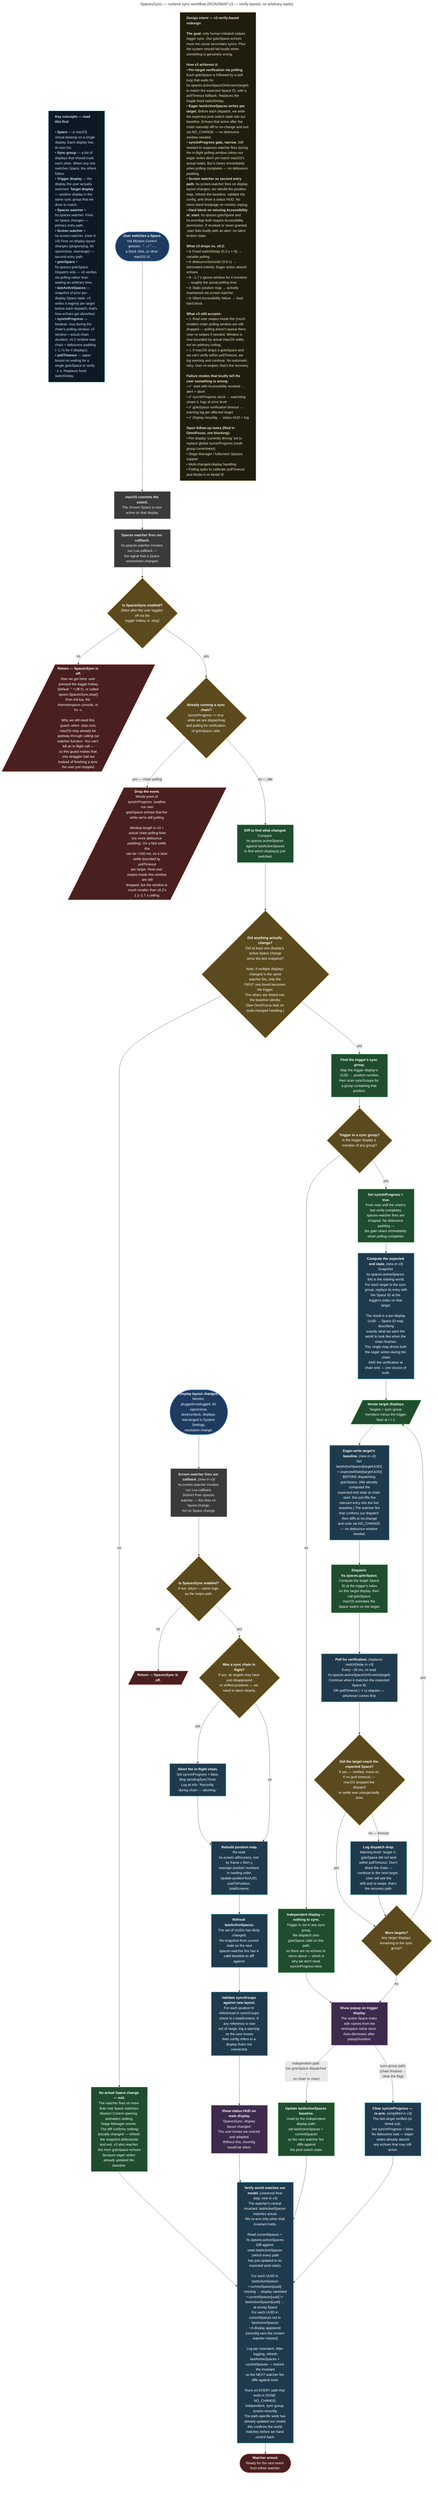
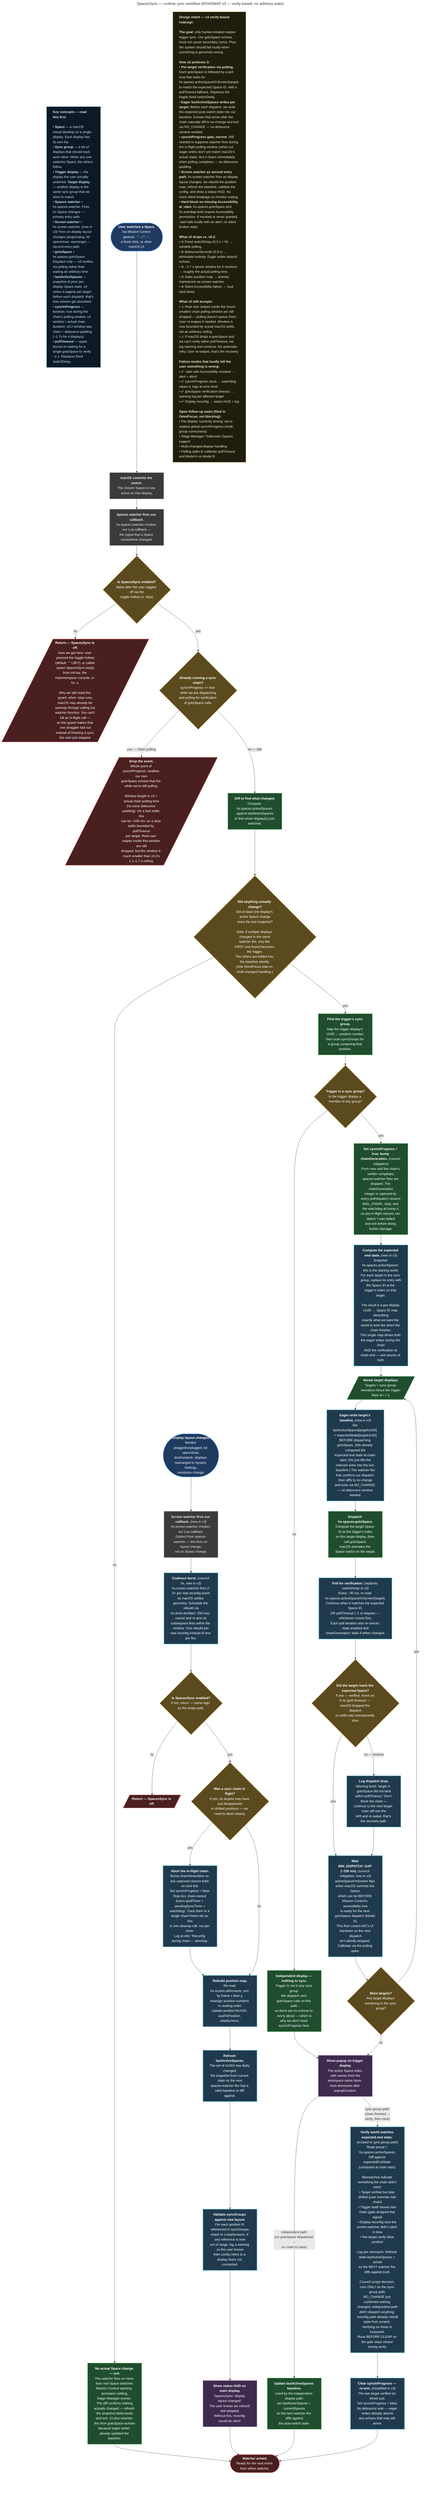
---
title: SpacesSync — runtime sync workflow (ROADMAP v3 — verify-based, no arbitrary waits)
---
flowchart TD
    classDef user fill:#1e3a5f,stroke:#4a90e2,stroke-width:2px,color:#fff
    classDef macos fill:#3a3a3a,stroke:#888,stroke-width:1.5px,color:#eee
    classDef spoon fill:#1f4d2e,stroke:#4caf50,stroke-width:1.5px,color:#fff
    classDef new fill:#1f3a4d,stroke:#4ab3c6,stroke-width:2px,color:#fff
    classDef decision fill:#5a4a1e,stroke:#d4a853,stroke-width:1.5px,color:#fff
    classDef terminal fill:#4a1f1f,stroke:#e57373,stroke-width:1.5px,color:#fff
    classDef ui fill:#3d2a4d,stroke:#b07cc6,stroke-width:1.5px,color:#fff

    %% ============================================================
    %% READING NOTE
    %% ============================================================
    %% v3 differs from CURRENT in three structural ways:
    %% 1. Two entry paths instead of one — the spaces-watcher path
    %%    (user swipes) and a new screen-watcher path (display reconfig).
    %% 2. The sync chain uses fire-and-verify instead of fire-and-wait.
    %%    The fixed switchDelay and debounceSeconds are gone.
    %% 3. Eager lastActiveSpaces writes per target before each dispatch.
    %%    This is how echoes get absorbed without a debounce window.
    %% Each node opens with a <b>bold lead</b> for quick-skim.
    %% Detail follows for the deeper reader.
    %% ============================================================

    %% ============================================================
    %% KEY CONCEPTS — read this first
    %% ============================================================
    KEY["<div style='text-align: left;'><b>Key concepts — read this first</b><br/><br/>• <b>Space</b> — a macOS virtual desktop on a single display. Each display has its own list.<br/>• <b>Sync group</b> — a list of displays that should track each other. When any one switches Space, the others follow.<br/>• <b>Trigger display</b> — the display the user actually switched. <b>Target display</b> — another display in the same sync group that we drive to match.<br/>• <b>Spaces watcher</b> = hs.spaces.watcher. Fires on Space changes — primary entry path.<br/>• <b>Screen watcher</b> = hs.screen.watcher. <i>(new in v3)</i> Fires on display layout changes (plug/unplug, lid open/close, rearrange) — second entry path.<br/>• <b>gotoSpace</b> = hs.spaces.gotoSpace. Dispatch only — v3 verifies via polling rather than waiting an arbitrary time.<br/>• <b>lastActiveSpaces</b> — snapshot of prior per-display Space state. <i>v3 writes it eagerly per target</i> before each dispatch; that's how echoes get absorbed.<br/>• <b>syncInProgress</b> — boolean. true during the chain's polling window. v3 window ≈ actual chain duration; v0.2 window was chain + debounce padding (~1.7s for 4 displays).<br/>• <b>pollTimeout</b> — upper bound on waiting for a single gotoSpace to verify. ~1 s. Replaces fixed switchDelay.</div>"]:::keybox
    classDef keybox fill:#0d1a26,stroke:#4ab3c6,color:#cfe6f0,text-align:left

    %% ============================================================
    %% ENTRY PATH 1 — USER SWIPE → SPACES WATCHER
    %% ============================================================

    U(["<b>User switches a Space.</b><br/>Via Mission Control gesture, ⌃→/⌃←,<br/>a Dock click, or other macOS UI."]):::user
    OS["<b>macOS commits the switch.</b><br/>The chosen Space is now active on that display."]:::macos
    W["<b>Spaces watcher fires our callback.</b><br/>hs.spaces.watcher invokes our Lua callback —<br/>the signal that a Space somewhere changed."]:::macos

    GATE_ENABLED{"<b>Is SpacesSync enabled?</b><br/>(false after the user toggles off via the<br/>toggle hotkey or :stop)"}:::decision
    SKIP_DISABLED[/"<b>Return — SpacesSync is off.</b><br/>How we got here: user pressed the toggle hotkey<br/>(default ⌃⌥⌘Y), or called spoon.SpacesSync:stop()<br/>from init.lua, the Hammerspoon console, or hs -c.<br/><br/>Why we still need this guard: when :stop runs,<br/>macOS may already be partway through calling our<br/>watcher function. You can't kill an in-flight call —<br/>so this guard makes that one straggler bail out<br/>instead of finishing a sync the user just stopped."/]:::terminal

    GATE_RUNNING{"<b>Already running a sync chain?</b><br/>syncInProgress == true while we are dispatching<br/>and polling for verification of gotoSpace calls."}:::decision
    DROP[/"<b>Drop the event.</b><br/>Whole point of syncInProgress: swallow our own<br/>gotoSpace echoes that fire while we're still polling.<br/><br/>Window length in v3 ≈ actual chain polling time<br/>(no more debounce padding). On a fast settle this<br/>can be &lt;100 ms; on a slow settle bounded by pollTimeout<br/>per target. Real user swipes inside this window are still<br/>dropped, but the window is much smaller than v0.2's<br/>1.1–1.7 s ceiling."/]:::terminal

    DIFF["<b>Diff to find what changed.</b><br/>Compare hs.spaces.activeSpaces against lastActiveSpaces<br/>to find which display(s) just switched."]:::spoon
    FIND{"<b>Did anything actually change?</b><br/>Did at least one display's active Space change<br/>since the last snapshot?<br/><br/>Note: if multiple displays changed in the same<br/>watcher fire, only the FIRST one found becomes the trigger.<br/>The others are folded into the baseline silently.<br/>(See OmniFocus task on multi-changed handling.)"}:::decision
    NO_CHANGE["<b>No actual Space change — exit.</b><br/>The watcher fires on more than real Space switches:<br/>Mission Control opening, animation settling,<br/>Stage Manager events. The diff confirms nothing<br/>actually changed — refresh the snapshot defensively<br/>and exit. <i>v3 also reaches this from gotoSpace echoes</i><br/><i>because eager writes already updated the baseline.</i>"]:::spoon

    LOOKUP["<b>Find the trigger's sync group.</b><br/>Map the trigger display's UUID → position number,<br/>then scan syncGroups for a group containing that position."]:::spoon
    GROUP{"<b>Trigger in a sync group?</b><br/>Is the trigger display a member of any group?"}:::decision

    INDEPENDENT["<b>Independent display — nothing to sync.</b><br/>Trigger is not in any sync group.<br/>We dispatch zero gotoSpace calls on this path,<br/>so there are no echoes to worry about — which is<br/>why we don't need syncInProgress here."]:::spoon

-     LOCK["<b>Set syncInProgress = true.</b><br/>From now until the chain's last verify completes,<br/>spaces-watcher fires are dropped. No debounce padding —<br/>the gate clears immediately when polling completes."]:::spoon
+     LOCK["<b>Set syncInProgress = true; bump chainGeneration.</b> <i>(council mitigation)</i><br/>From now until the chain's verifier completes,<br/>spaces-watcher fires are dropped. The chainGeneration<br/>integer is captured by every poll/dispatch closure;<br/>BAIL_CHAIN, :stop, and the watchdog all bump it,<br/>so any in-flight closure can detect 'I was bailed'<br/>and exit before doing further damage."]:::spoon

    COMPUTE_EXPECTED["<b>Compute the expected end state.</b> <i>(new in v3)</i><br/>Snapshot hs.spaces.activeSpaces; this is the starting world.<br/>For each target in the sync group, replace its entry with<br/>the Space ID at the trigger's index on that target.<br/><br/>The result is a per-display UUID → Space ID map describing<br/>exactly what we want the world to look like when the chain finishes.<br/>This single map drives both the eager writes during the chain<br/>AND the verification at chain end — one source of truth."]:::new

    SYNCNEXT[/"<b>Iterate target displays.</b><br/>Targets = sync-group members minus the trigger.<br/>Start at i = 1."/]:::spoon

    %% --- v3 NEW: fire-and-verify replaces fire-and-wait ---
    EAGER_WRITE["<b>Eager-write target's baseline.</b> <i>(new in v3)</i><br/>Set lastActiveSpaces[targetUUID] = expectedState[targetUUID]<br/>BEFORE dispatching gotoSpace. (We already computed the<br/>expected end state at chain start; this just lifts the<br/>relevant entry into the live baseline.) The watcher fire<br/>that confirms our dispatch then diffs to no-change<br/>and exits via NO_CHANGE — no debounce window needed."]:::new
    DISPATCH["<b>Dispatch hs.spaces.gotoSpace.</b><br/>Compute the target Space ID at the trigger's index<br/>on this target display, then call gotoSpace.<br/>macOS animates the Space switch on the target."]:::spoon
-     POLL["<b>Poll for verification.</b> <i>(replaces switchDelay in v3)</i><br/>Every ~30 ms, re-read hs.spaces.activeSpaceOnScreen(target).<br/>Continue when it matches the expected Space ID,<br/>OR pollTimeout (~1 s) elapses — whichever comes first."]:::new
+     POLL["<b>Poll for verification.</b> <i>(replaces switchDelay in v3)</i><br/>Every ~30 ms, re-read hs.spaces.activeSpaceOnScreen(target).<br/>Continue when it matches the expected Space ID,<br/>OR pollTimeout (~1 s) elapses — whichever comes first.<br/>Each poll iteration also re-checks state.enabled and<br/>chainGeneration; bails if either changed."]:::new
    VERIFY{"<b>Did the target reach the expected Space?</b><br/>If yes — verified, move on.<br/>If no (poll timeout) — macOS dropped the dispatch<br/>or settle was unexpectedly slow."}:::decision
    DROPPED_LOG["<b>Log dispatch drop.</b><br/>Warning level: 'target X: gotoSpace did not land<br/>within pollTimeout.' Don't block the chain —<br/>continue to the next target. User will see the<br/>drift and re-swipe; that's the recovery path."]:::new
+     MIN_GAP["<b>Wait MIN_DISPATCH_GAP (~150 ms).</b> <i>(council mitigation, new in v3)</i><br/>activeSpaceOnScreen flips when macOS commits the Space,<br/>which can be BEFORE Mission Control's accessibility tree<br/>is ready for the next gotoSpace dispatch (Model A).<br/>This floor covers MC's UI teardown so the next dispatch<br/>isn't silently dropped. Calibrate via the polling spike."]:::new
    MORE{"<b>More targets?</b><br/>Any target displays remaining in the sync group?"}:::decision

-     VERIFY_END_STATE["<b>Verify world matches our model.</b> <i>(universal final step, new in v3)</i><br/>The watcher's central invariant: lastActiveSpaces matches actual.<br/>We re-arm only when that invariant holds.<br/><br/>Read currentSpaces = hs.spaces.activeSpaces.<br/>Diff against state.lastActiveSpaces (which every path<br/>has just updated to its expected post-state).<br/><br/>For each UUID in lastActiveSpaces:<br/>• currentSpaces[uuid] missing → display vanished<br/>• currentSpaces[uuid] != lastActiveSpaces[uuid] → at wrong Space<br/>For each UUID in currentSpaces not in lastActiveSpaces:<br/>• A display appeared (reconfig race the screen-watcher missed)<br/><br/>Log per mismatch. After logging, refresh<br/>lastActiveSpaces = currentSpaces — restore the invariant<br/>so the NEXT watcher fire diffs against truth.<br/><br/>Runs on EVERY path that ends in DONE: NO_CHANGE,<br/>independent, sync-group, screen-reconfig.<br/>The path-specific work has already updated our model;<br/>this confirms the world matches before we hand control back."]:::new
+     VERIFY_END_STATE["<b>Verify world matches expected end state.</b> <i>(scoped to sync-group path)</i><br/>Read actual = hs.spaces.activeSpaces.<br/>Diff against expectedEndState (computed at chain start).<br/><br/>Mismatches indicate something the chain didn't catch:<br/>• Target verified but later drifted (user override mid-chain)<br/>• Trigger itself moved mid-chain (gate dropped that signal)<br/>• Display reconfig race the screen-watcher didn't catch in time<br/>• Per-target verify false positive<br/><br/>Log per mismatch. Refresh state.lastActiveSpaces = actual<br/>so the NEXT watcher fire diffs against truth.<br/><br/>Council scope decision: runs ONLY on the sync-group path.<br/>NO_CHANGE just confirmed nothing changed; independent path<br/>didn't dispatch anything; reconfig path already rebuilt<br/>state from scratch. Verifying on those is busywork.<br/>Runs BEFORE CLEAR so the gate stays closed during verify."]:::new

    POPUP["<b>Show popup on trigger display.</b><br/>The active Space index with names from the<br/>workspace name store. Auto-dismisses after popupDuration."]:::ui

    CLEAR["<b>Clear syncInProgress — re-arm.</b> <i>(simplified in v3)</i><br/>The last target verified (or timed out).<br/>Set syncInProgress = false.<br/>No debounce wait — eager writes already absorb<br/>any echoes that may still arrive."]:::new

    UPDATE_BASELINE["<b>Update lastActiveSpaces baseline.</b><br/>Used by the independent-display path:<br/>set lastActiveSpaces = currentSpaces<br/>so the next watcher fire diffs against<br/>the post-switch state."]:::spoon

    DONE([<b>Watcher armed.</b><br/>Ready for the next event from either watcher.]):::terminal

    %% ============================================================
    %% ENTRY PATH 2 — DISPLAY RECONFIG → SCREEN WATCHER (new in v3)
    %% ============================================================

    RECONFIG([<b>Display layout changes.</b><br/>Monitor plugged/unplugged, lid open/close,<br/>dock/undock, displays rearranged in System Settings,<br/>resolution change.]):::user
    SW["<b>Screen watcher fires our callback.</b> <i>(new in v3)</i><br/>hs.screen.watcher invokes our Lua callback.<br/>Distinct from spaces-watcher — this fires on layout change,<br/>not on Space change."]:::macos
+     SW_DEBOUNCE["<b>Coalesce burst.</b> <i>(council fix, new in v3)</i><br/>hs.screen.watcher fires 2-5× per real reconfig event<br/>as macOS settles geometry. Schedule the rebuild via<br/>hs.timer.doAfter(~250 ms); cancel and re-arm on<br/>subsequent fires within the window. One rebuild per<br/>real reconfig instead of one per fire."]:::new

    RECONFIG_GATE_ENABLED{"<b>Is SpacesSync enabled?</b><br/>If not, return — same logic as the swipe path."}:::decision
    RECONFIG_SKIP[/"<b>Return — SpacesSync is off.</b>"/]:::terminal

    RECONFIG_BAIL_GATE{"<b>Was a sync chain in flight?</b><br/>If yes, its targets may have just disappeared<br/>or shifted positions — we need to abort cleanly."}:::decision
-     BAIL_CHAIN["<b>Abort the in-flight chain.</b><br/>Set syncInProgress = false.<br/>Stop pendingSyncTimer.<br/>Log at info: 'Reconfig during chain — aborting.'"]:::new
+     BAIL_CHAIN["<b>Abort the in-flight chain.</b><br/>Bump chainGeneration so any captured closure bails on next tick.<br/>Set syncInProgress = false.<br/>Stop ALL chain-owned timers (pollTimer + pendingSyncTimer +<br/>watchdog). Track them in a single chainTimers list so this<br/>is one cleanup call, not per-timer.<br/>Log at info: 'Reconfig during chain — aborting.'"]:::new

    REBUILD_MAP["<b>Rebuild position map.</b><br/>Re-read hs.screen.allScreens, sort by frame x then y,<br/>reassign position numbers in reading order.<br/>Update positionToUUID, uuidToPosition, totalScreens."]:::new

    REFRESH_BASELINE["<b>Refresh lastActiveSpaces.</b><br/>The set of UUIDs has likely changed.<br/>Re-snapshot from current state so the next<br/>spaces-watcher fire has a valid baseline to diff against."]:::new

    VALIDATE_CONFIG["<b>Validate syncGroups against new layout.</b><br/>For each position N referenced in syncGroups,<br/>check N ≤ totalScreens. If any reference is now<br/>out of range, log a warning so the user knows<br/>their config refers to a display that's not connected."]:::new

    STATUS_HUD["<b>Show status HUD on main display.</b><br/>'SpacesSync: display layout changed.'<br/>The user knows we noticed and adapted.<br/>Without this, reconfig would be silent."]:::ui

    %% ============================================================
    %% EDGES — entry path 1 (swipe)
    %% ============================================================

    U --> OS --> W --> GATE_ENABLED
    GATE_ENABLED -- no --> SKIP_DISABLED
    GATE_ENABLED -- yes --> GATE_RUNNING

    GATE_RUNNING -- "yes — chain polling" --> DROP
    GATE_RUNNING -- "no — idle" --> DIFF --> FIND
-     FIND -- no --> NO_CHANGE --> VERIFY_END_STATE
+     FIND -- no --> NO_CHANGE --> DONE
    FIND -- yes --> LOOKUP --> GROUP

    GROUP -- no --> INDEPENDENT --> POPUP
    GROUP -- yes --> LOCK --> COMPUTE_EXPECTED --> SYNCNEXT --> EAGER_WRITE --> DISPATCH --> POLL --> VERIFY
-     VERIFY -- yes --> MORE
-     VERIFY -- "no — timeout" --> DROPPED_LOG --> MORE
+     VERIFY -- yes --> MIN_GAP
+     VERIFY -- "no — timeout" --> DROPPED_LOG --> MIN_GAP
+     MIN_GAP --> MORE
    MORE -- yes --> SYNCNEXT
    MORE -- no --> POPUP

-     POPUP -- "independent path:<br/>(no gotoSpace dispatched →<br/>no chain to clear)" --> UPDATE_BASELINE --> VERIFY_END_STATE
-     POPUP -- "sync-group path:<br/>(chain finished →<br/>clear the flag)" --> CLEAR --> VERIFY_END_STATE
-     VERIFY_END_STATE --> DONE
+     POPUP -- "independent path:<br/>(no gotoSpace dispatched →<br/>no chain to clear)" --> UPDATE_BASELINE --> DONE
+     POPUP -- "sync-group path:<br/>(chain finished →<br/>verify, then clear)" --> VERIFY_END_STATE --> CLEAR --> DONE

    %% ============================================================
    %% EDGES — entry path 2 (reconfig)
    %% ============================================================

-     RECONFIG --> SW --> RECONFIG_GATE_ENABLED
+     RECONFIG --> SW --> SW_DEBOUNCE --> RECONFIG_GATE_ENABLED
    RECONFIG_GATE_ENABLED -- no --> RECONFIG_SKIP
    RECONFIG_GATE_ENABLED -- yes --> RECONFIG_BAIL_GATE
    RECONFIG_BAIL_GATE -- yes --> BAIL_CHAIN --> REBUILD_MAP
    RECONFIG_BAIL_GATE -- no --> REBUILD_MAP
-     REBUILD_MAP --> REFRESH_BASELINE --> VALIDATE_CONFIG --> STATUS_HUD --> VERIFY_END_STATE
+     REBUILD_MAP --> REFRESH_BASELINE --> VALIDATE_CONFIG --> STATUS_HUD --> DONE

    %% ============================================================
    %% DESIGN INTENT — what v3 changes vs. v0.2
    %% ============================================================

    DESIGN["<div style='text-align: left;'><b>Design intent — v3 verify-based redesign</b><br/><br/><b>The goal:</b> only human-initiated swipes trigger sync. Our gotoSpace echoes must not cause secondary syncs. Plus: the system should fail loudly when something is genuinely wrong.<br/><br/><b>How v3 achieves it:</b><br/>• <b>Per-target verification via polling.</b> Each gotoSpace is followed by a poll loop that waits for hs.spaces.activeSpaceOnScreen(target) to match the expected Space ID, with a pollTimeout fallback. Replaces the fragile fixed switchDelay.<br/>• <b>Eager lastActiveSpaces writes per target.</b> Before each dispatch, we write the expected post-switch state into our baseline. Echoes that arrive after the chain naturally diff to no-change and exit via NO_CHANGE — no debounce window needed.<br/>• <b>syncInProgress gate, narrow.</b> Still needed to suppress watcher fires during the in-flight polling window (when our eager writes don't yet match macOS's actual state). But it clears immediately when polling completes — no debounce padding.<br/>• <b>Screen watcher as second entry path.</b> hs.screen.watcher fires on display layout changes; we rebuild the position map, refresh the baseline, validate the config, and show a status HUD. No more silent breakage on monitor unplug.<br/>• <b>Hard block on missing Accessibility at :start.</b> hs.spaces.gotoSpace and hs.eventtap both require Accessibility permission. If revoked or never granted, :start fails loudly with an alert; no silent broken state.<br/><br/><b>What v3 drops vs. v0.2:</b><br/>• ⊖ Fixed switchDelay (0.3 s × N) → variable polling.<br/>• ⊖ debounceSeconds (0.8 s) → eliminated entirely. Eager writes absorb echoes.<br/>• ⊖ ~1.7 s ignore window for 4 monitors → roughly the actual polling time.<br/>• ⊖ Static position map → actively maintained via screen watcher.<br/>• ⊖ Silent Accessibility failure → loud hard block.<br/><br/><b>What v3 still accepts:</b><br/>• ⚠ Real user swipes inside the (much smaller) chain polling window are still dropped — polling doesn't queue them. User re-swipes if needed. Window is now bounded by actual macOS settle, not an arbitrary ceiling.<br/>• ⚠ If macOS drops a gotoSpace and we can't verify within pollTimeout, we log warning and continue. No automatic retry. User re-swipes; that's the recovery.<br/><br/><b>Failure modes that loudly tell the user something is wrong:</b><br/>• ✅ :start with Accessibility revoked → alert + abort<br/>• ✅ syncInProgress stuck → watchdog clears it, logs at error level<br/>• ✅ gotoSpace verification timeout → warning log per affected target<br/>• ✅ Display reconfig → status HUD + log<br/><br/><b>Open follow-up tasks (filed in OmniFocus, not blocking):</b><br/>• Per-display 'currently driving' set to replace global syncInProgress (multi-group correctness)<br/>• Stage Manager / fullscreen Spaces support<br/>• Multi-changed-display handling<br/>• Polling spike to calibrate pollTimeout and Model A vs Model B</div>"]:::designbox
    classDef designbox fill:#1f1d0d,stroke:#d4a853,color:#f0e8c8,text-align:left
